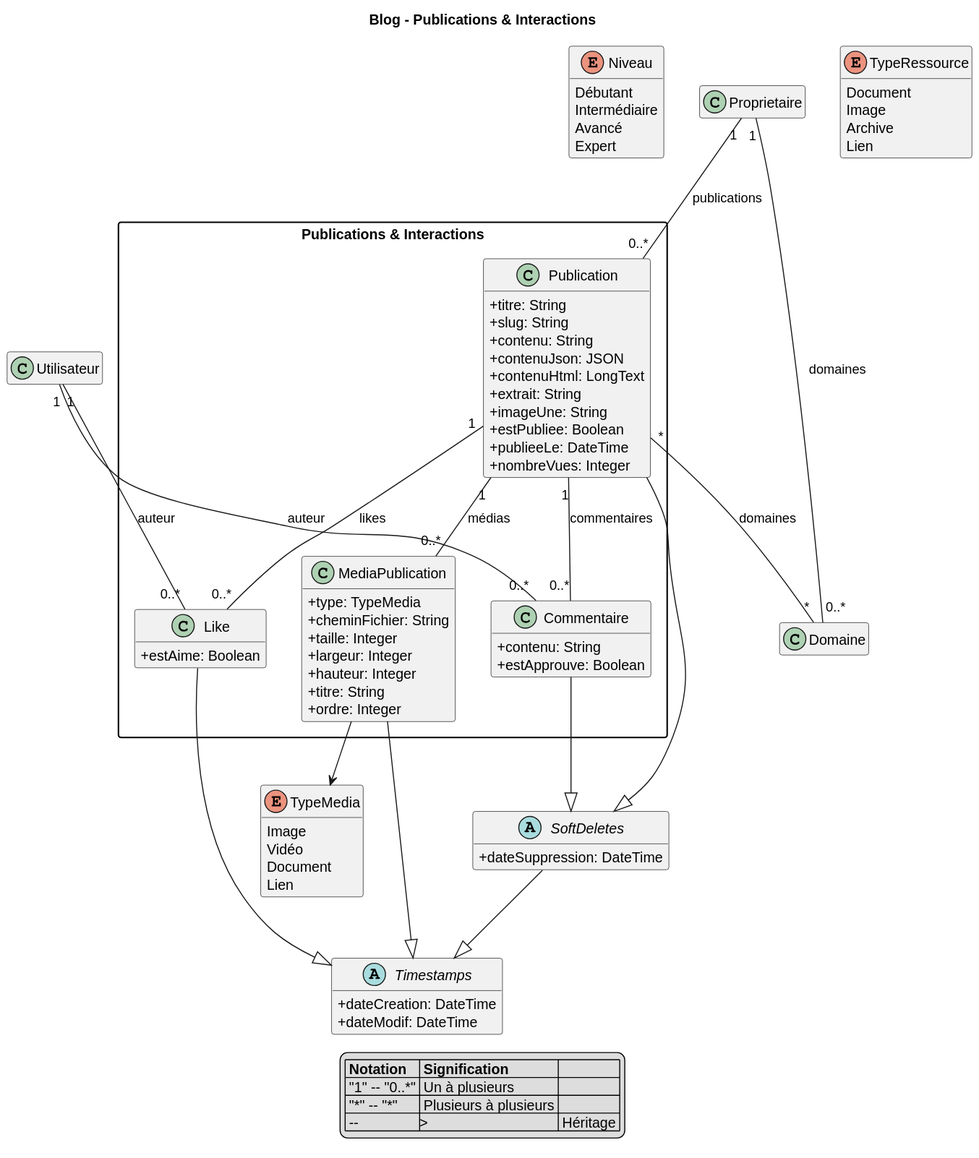
This is uml-svg/class-diagram/02b-class-blog.svg from GAYENSIS09/baye-mor-gaye, a PlantUML export, as it was before one commit. The source it was exported from:
```plantuml
@startuml
title Blog - Publications & Interactions

!include _base-class.wsd

hide empty members
skinparam packageStyle rectangle
skinparam classAttributeIconSize 0

package "Publications & Interactions" as Posts {

  class Publication {
    + titre: String
    + slug: String
    + contenu: String
    + contenuJson: JSON
    + contenuHtml: LongText
    + extrait: String
    + imageUne: String
    + estPubliee: Boolean
    + publieeLe: DateTime
    + nombreVues: Integer
  }

Publication --|> SoftDeletes

  class Commentaire {
    + contenu: String
    + estApprouve: Boolean
  }

Commentaire --|> SoftDeletes

  class Like {
    + estAime: Boolean
  }

Like --|> Timestamps

  class MediaPublication {
    + type: TypeMedia
    + cheminFichier: String
    + taille: Integer
    + largeur: Integer
    + hauteur: Integer
    + titre: String
    + ordre: Integer
  }

MediaPublication --|> Timestamps

}

MediaPublication --> TypeMedia

Utilisateur "1" -- "0..*" Commentaire : auteur
Utilisateur "1" -- "0..*" Like : auteur
Proprietaire "1" -- "0..*" Publication : publications
Proprietaire "1" -- "0..*" Domaine : domaines
Publication "1" -- "0..*" Commentaire : commentaires
Publication "1" -- "0..*" Like : likes
Publication "1" -- "0..*" MediaPublication : médias
Publication "*" -- "*" Domaine : domaines

legend bottom
  |= Notation |= Signification |
  | "1" -- "0..*" | Un à plusieurs |
  | "*" -- "*" | Plusieurs à plusieurs |
  | --|>  | Héritage |
end legend
@enduml
```
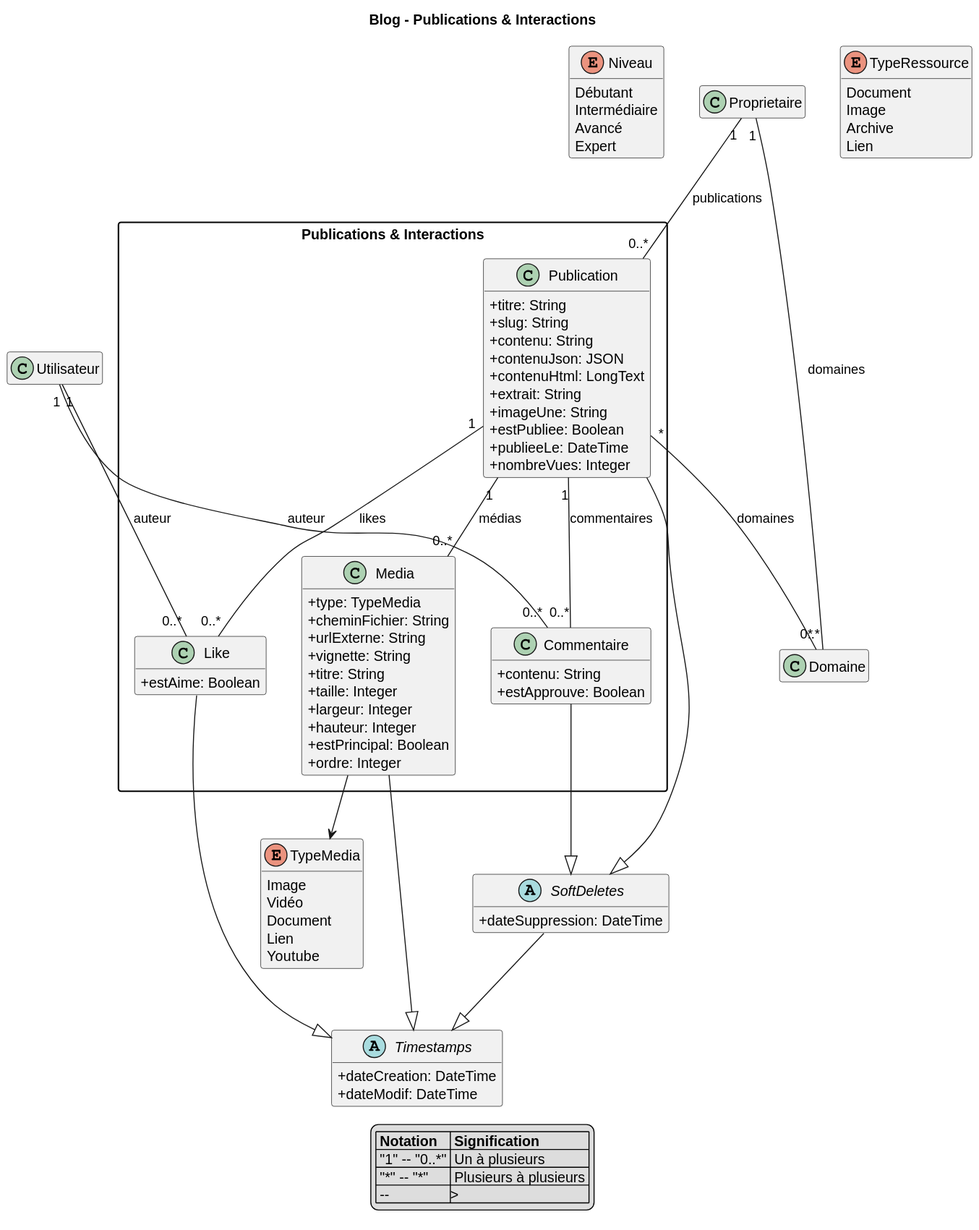
The same file after the commit.

The edit, as a diff of the source:
```diff
@@ -37,21 +37,24 @@
 
 Like --|> Timestamps
 
-  class MediaPublication {
+  class Media {
     + type: TypeMedia
     + cheminFichier: String
+    + urlExterne: String
+    + vignette: String
+    + titre: String
     + taille: Integer
     + largeur: Integer
     + hauteur: Integer
-    + titre: String
+    + estPrincipal: Boolean
     + ordre: Integer
   }
 
-MediaPublication --|> Timestamps
+  Media --|> Timestamps
 
 }
 
-MediaPublication --> TypeMedia
+Media --> TypeMedia
 
 Utilisateur "1" -- "0..*" Commentaire : auteur
 Utilisateur "1" -- "0..*" Like : auteur
@@ -59,7 +62,7 @@
 Proprietaire "1" -- "0..*" Domaine : domaines
 Publication "1" -- "0..*" Commentaire : commentaires
 Publication "1" -- "0..*" Like : likes
-Publication "1" -- "0..*" MediaPublication : médias
+Publication "1" -- "0..*" Media : médias
 Publication "*" -- "*" Domaine : domaines
 
 legend bottom
```
